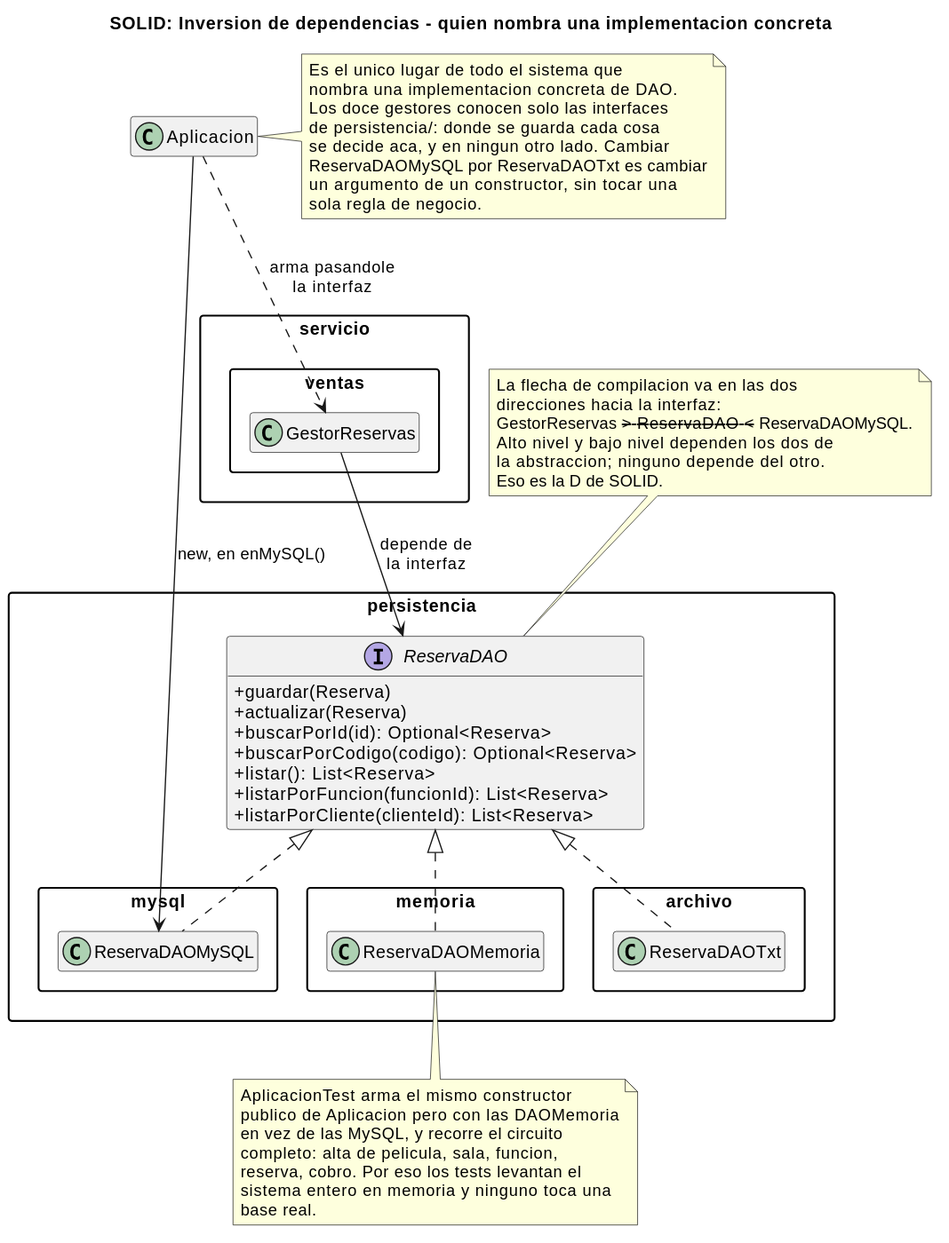
andreiveisuade/cine-uade keeps this PlantUML diagram as cine-backend/docs/diagramas/solid-dip.svg. Above is the earlier version.
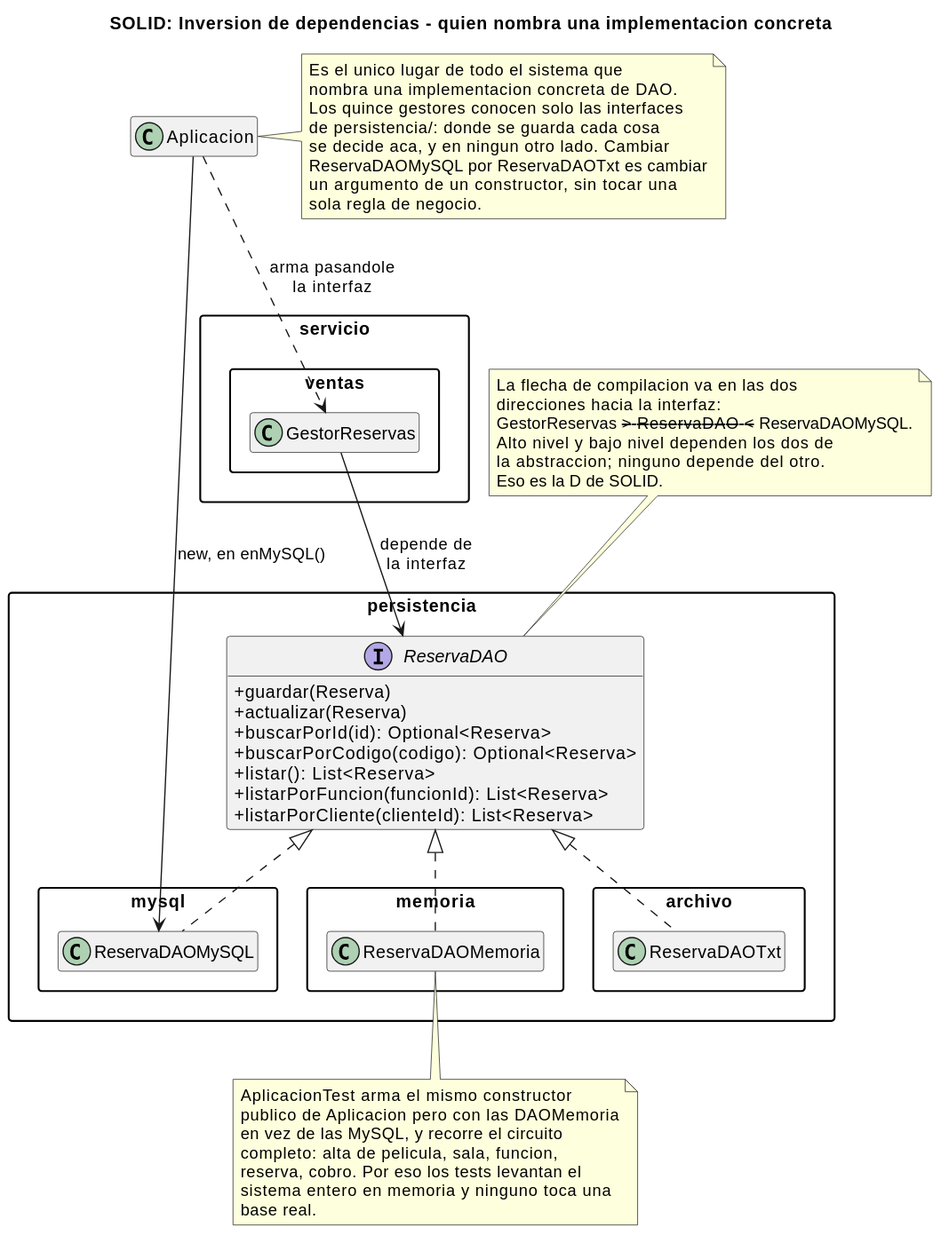
Later version of the same file.

What changed in the source:
```diff
@@ -45,7 +45,7 @@
 note right of Aplicacion
   Es el unico lugar de todo el sistema que
   nombra una implementacion concreta de DAO.
-  Los doce gestores conocen solo las interfaces
+  Los quince gestores conocen solo las interfaces
   de persistencia/: donde se guarda cada cosa
   se decide aca, y en ningun otro lado. Cambiar
   ReservaDAOMySQL por ReservaDAOTxt es cambiar
```
